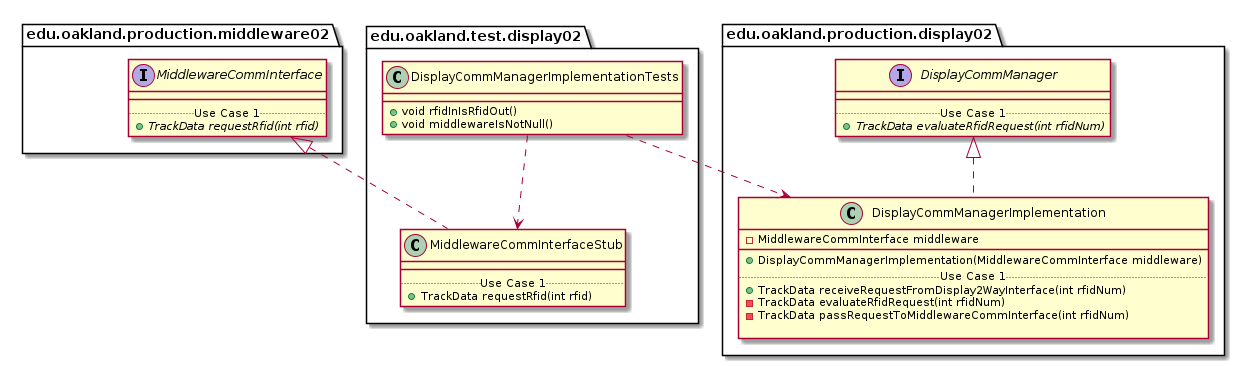
andrewdimmer/csi-3370-software-project keeps this PlantUML diagram as docs/uml-class-diagrams/display02/test/DisplayCommManagerImplementationTests/DisplayCommManagerImplementationTests_Closure.png. Above is the earlier version.
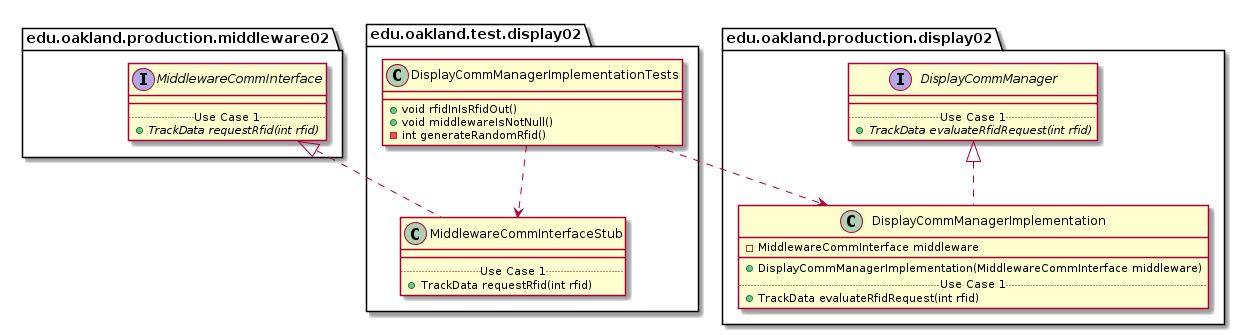
The same diagram one commit later.

Change to the diagram source:
```diff
@@ -5,6 +5,7 @@
     class DisplayCommManagerImplementationTests {
         + void rfidInIsRfidOut()
         + void middlewareIsNotNull()
+        - int generateRandomRfid()
     }
 }
 
@@ -49,10 +50,7 @@
         __
         + DisplayCommManagerImplementation(MiddlewareCommInterface middleware)
         .. Use Case 1 ..
-        + TrackData receiveRequestFromDisplay2WayInterface(int rfidNum)
-        - TrackData evaluateRfidRequest(int rfidNum)
-        - TrackData passRequestToMiddlewareCommInterface(int rfidNum)
-
+        + TrackData evaluateRfidRequest(int rfid)
     }
 }
 
@@ -63,7 +61,7 @@
     interface DisplayCommManager {
         __
         .. Use Case 1 ..
-        {abstract} + TrackData evaluateRfidRequest(int rfidNum)
+        {abstract} + TrackData evaluateRfidRequest(int rfid)
     }
 }
 
```
